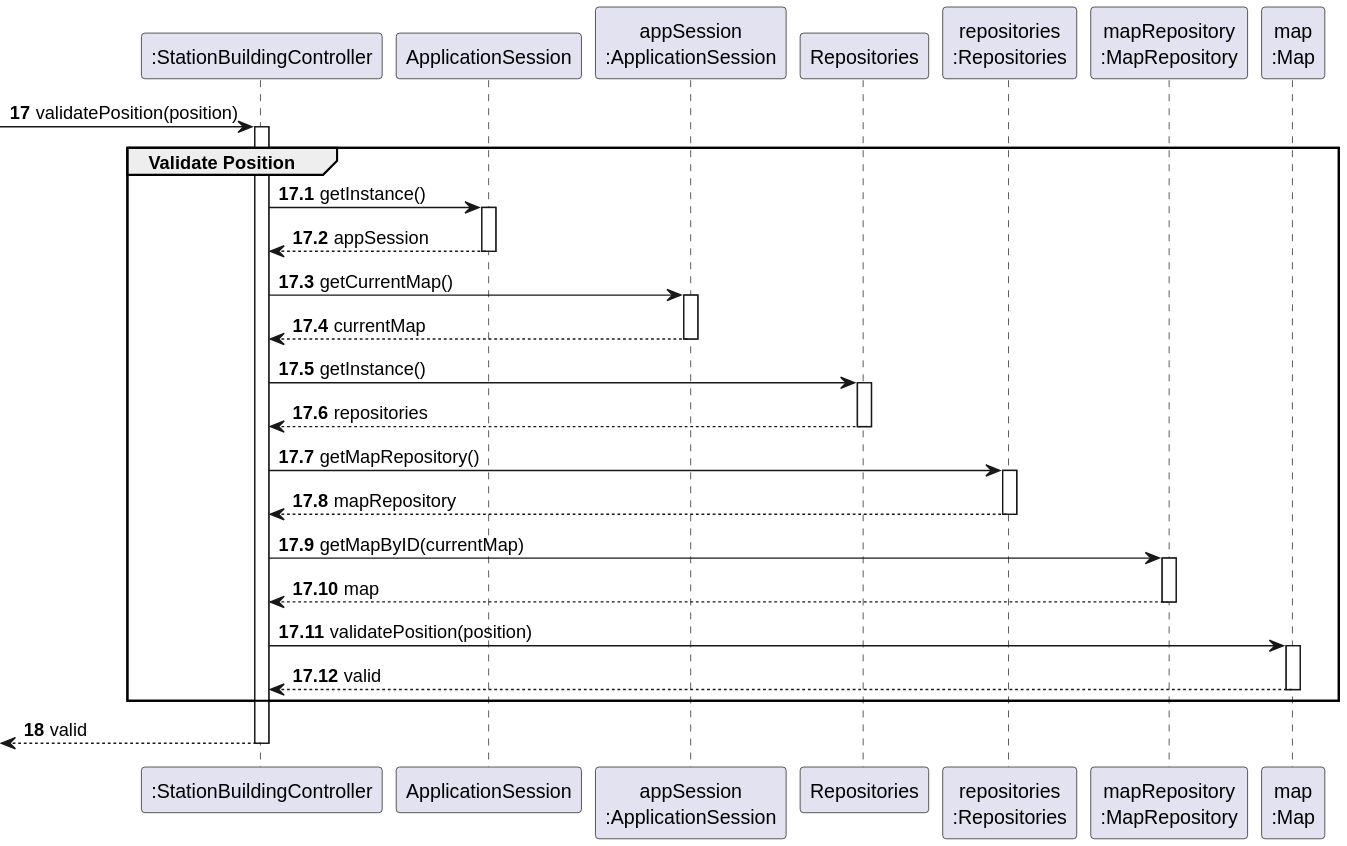
Earlier version of the PlantUML export docs/system-documentation/Sprint 2/US05/03.design/svg/US05-SD-partial-validate-position.svg (HenriqueSilva18/Railway-Network-Simulator).
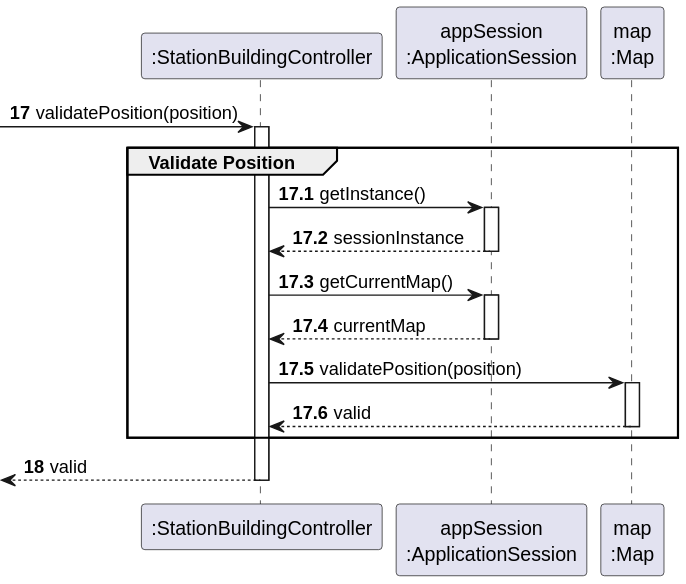
The same diagram one commit later.

Diff of the diagram source:
```diff
@@ -3,11 +3,7 @@
 skinparam shadowing false
 
 participant ":StationBuildingController" as CTRL
-participant "ApplicationSession" as APP_SESSION
-participant "appSession\n:ApplicationSession" as APP_SESSION_SINGLETON
-participant "Repositories" as REPOS
-participant "repositories\n:Repositories" as REPOS_SINGLETON
-participant "mapRepository\n:MapRepository" as MAP_REPO
+participant "appSession\n:ApplicationSession" as APP_SESSION
 participant "map\n:Map" as MAP
 
 autonumber 17
@@ -16,34 +12,19 @@
 autonumber 17.1
 activate CTRL
     group Validate Position
-        CTRL -> APP_SESSION : getInstance()
+        CTRL -> APP_SESSION: getInstance()
         activate APP_SESSION
-            APP_SESSION --> CTRL : appSession
+            APP_SESSION --> CTRL: sessionInstance
         deactivate APP_SESSION
 
-        CTRL -> APP_SESSION_SINGLETON : getCurrentMap()
-        activate APP_SESSION_SINGLETON
-            APP_SESSION_SINGLETON --> CTRL : currentMap
-        deactivate APP_SESSION_SINGLETON
+        CTRL -> APP_SESSION: getCurrentMap()
+        activate APP_SESSION
+            APP_SESSION --> CTRL: currentMap
+        deactivate APP_SESSION
 
-        CTRL -> REPOS : getInstance()
-        activate REPOS
-            REPOS --> CTRL : repositories
-        deactivate REPOS
-
-        CTRL -> REPOS_SINGLETON : getMapRepository()
-        activate REPOS_SINGLETON
-            REPOS_SINGLETON --> CTRL : mapRepository
-        deactivate REPOS_SINGLETON
-
-        CTRL -> MAP_REPO : getMapByID(currentMap)
-        activate MAP_REPO
-            MAP_REPO --> CTRL : map
-        deactivate MAP_REPO
-
-        CTRL -> MAP : validatePosition(position)
+        CTRL -> MAP: validatePosition(position)
         activate MAP
-            MAP --> CTRL : valid
+            MAP --> CTRL: valid
         deactivate MAP
     end
 
```
